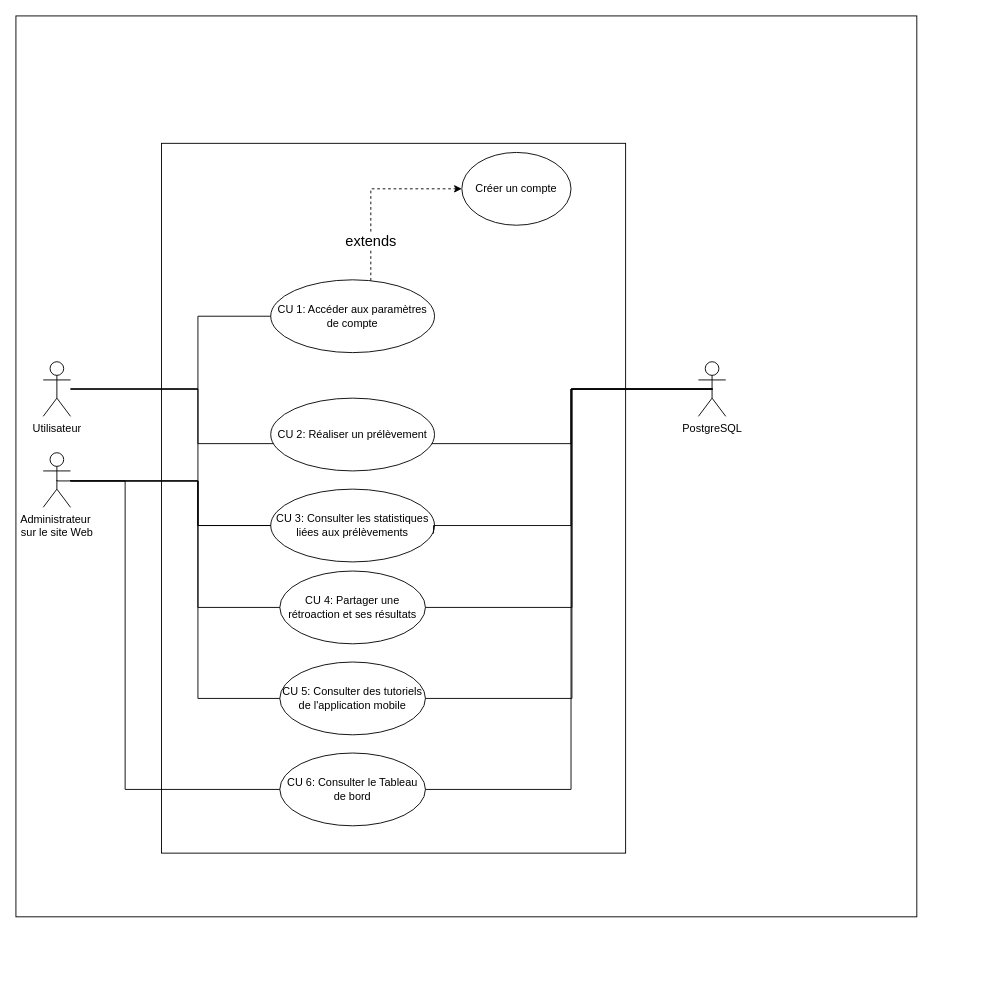
MurielleMardenli200/projet4_architecture keeps this draw.io diagram as 3.0_Cas_principaux.drawio. Above is the earlier version. Source tidied: cells renumbered, new cells numbered last; positions are measured from the earlier drawing's top-left corner, leaving out a move shared by most shapes. Both pictures are drawn from the tidied source at 91%, with x=0, y=0 at pixel (15, 15).
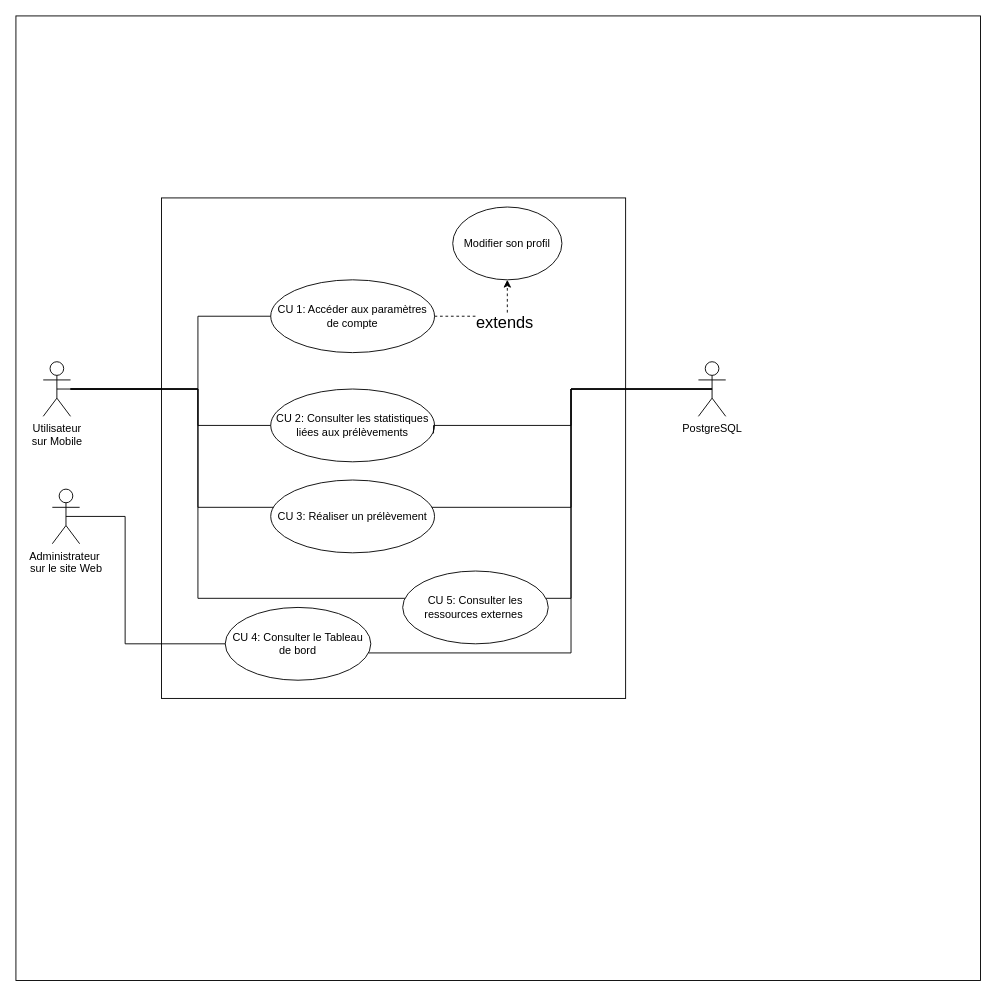
After the change.

Unchanged cells that the change refers to:
```xml
<mxCell id="5" value="PostgreSQL" style="shape=umlActor;verticalLabelPosition=bottom;verticalAlign=top;html=1;outlineConnect=0;" parent="1" vertex="1">
  <mxGeometry x="750" y="380" width="30" height="60" as="geometry" />
</mxCell>
<mxCell id="8" value="CU 1: Accéder aux paramètres de compte" style="ellipse;whiteSpace=wrap;html=1;" parent="1" vertex="1">
  <mxGeometry x="280" y="290" width="180" height="80" as="geometry" />
</mxCell>
```

What changed in the source:
```diff
@@
     <mxCell id="2" style="whiteSpace=wrap;html=1;" parent="1" vertex="1">
-      <mxGeometry width="990" height="990" as="geometry" />
+      <mxGeometry width="1060" height="1060" as="geometry" />
     </mxCell>
+    <mxCell id="28" style="edgeStyle=orthogonalEdgeStyle;rounded=0;jettySize=auto;html=1;entryX=0;entryY=0.5;entryDx=0;entryDy=0;" parent="1" edge="1" source="3" target="22">
+      <mxGeometry relative="1" as="geometry">
+        <Array as="points">
+          <mxPoint x="200" y="410" />
+          <mxPoint x="200" y="650" />
+        </Array>
+      </mxGeometry>
+    </mxCell>
-    <mxCell id="3" value="Utilisateur" style="shape=umlActor;verticalLabelPosition=bottom;verticalAlign=top;html=1;outlineConnect=0;" parent="1" vertex="1">
+    <mxCell id="3" value="Utilisateur&lt;br&gt;sur Mobile" style="shape=umlActor;verticalLabelPosition=bottom;verticalAlign=top;html=1;outlineConnect=0;" parent="1" vertex="1">
       <mxGeometry x="30" y="380" width="30" height="60" as="geometry" />
     </mxCell>
     <mxCell id="4" style="rounded=0;whiteSpace=wrap;html=1;" parent="1" vertex="1">
-      <mxGeometry x="160" y="140" width="510" height="780" as="geometry" />
+      <mxGeometry x="160" y="200" width="510" height="550" as="geometry" />
     </mxCell>
@@
-    <mxCell id="6" style="edgeStyle=orthogonalEdgeStyle;rounded=0;jettySize=auto;html=1;dashed=1;" parent="1" edge="1" source="8" target="11">
-      <mxGeometry relative="1" as="geometry">
-        <Array as="points">
-          <mxPoint x="390" y="190" />
-        </Array>
-      </mxGeometry>
-    </mxCell>
+    <mxCell id="29" style="edgeStyle=orthogonalEdgeStyle;rounded=0;jettySize=auto;html=1;entryX=0.5;entryY=1;entryDx=0;entryDy=0;dashed=1;" parent="1" edge="1" source="8" target="30">
+      <mxGeometry relative="1" as="geometry" />
+    </mxCell>
-    <mxCell id="7" value="&lt;font style=&quot;font-size: 16px;&quot;&gt;extends&lt;/font&gt;" style="edgeLabel;html=1;align=center;verticalAlign=middle;" parent="6" vertex="1">
-      <mxGeometry x="-0.55" y="1" relative="1" as="geometry" />
+    <mxCell id="7" value="&lt;font style=&quot;font-size: 18px;&quot;&gt;extends&lt;/font&gt;" style="edgeLabel;html=1;align=center;verticalAlign=middle;" parent="29" vertex="1">
+      <mxGeometry x="0.26" y="-5" relative="1" as="geometry">
+        <mxPoint y="1" as="offset" />
+      </mxGeometry>
     </mxCell>
@@
-    <mxCell id="9" value="CU 2: Réaliser un prélèvement" style="ellipse;whiteSpace=wrap;html=1;" parent="1" vertex="1">
-      <mxGeometry x="280" y="420" width="180" height="80" as="geometry" />
+    <mxCell id="9" value="CU 3: Réaliser un prélèvement" style="ellipse;whiteSpace=wrap;html=1;" parent="1" vertex="1">
+      <mxGeometry x="280" y="510" width="180" height="80" as="geometry" />
     </mxCell>
-    <mxCell id="10" value="CU 3: Consulter les statistiques liées aux prélèvements" style="ellipse;whiteSpace=wrap;html=1;" parent="1" vertex="1">
-      <mxGeometry x="280" y="520" width="180" height="80" as="geometry" />
+    <mxCell id="10" value="CU 2: Consulter les statistiques liées aux prélèvements" style="ellipse;whiteSpace=wrap;html=1;" parent="1" vertex="1">
+      <mxGeometry x="280" y="410" width="180" height="80" as="geometry" />
     </mxCell>
-    <mxCell id="11" value="Créer un compte" style="ellipse;whiteSpace=wrap;html=1;" parent="1" vertex="1">
-      <mxGeometry x="490" y="150" width="120" height="80" as="geometry" />
-    </mxCell>
@@
     <mxCell id="13" style="edgeStyle=orthogonalEdgeStyle;rounded=0;jettySize=auto;html=1;endArrow=none;startFill=0;" parent="1" edge="1" source="3" target="9">
       <mxGeometry relative="1" as="geometry">
         <Array as="points">
           <mxPoint x="200" y="410" />
-          <mxPoint x="200" y="470" />
+          <mxPoint x="200" y="540" />
         </Array>
       </mxGeometry>
     </mxCell>
     <mxCell id="14" style="edgeStyle=orthogonalEdgeStyle;rounded=0;jettySize=auto;html=1;entryX=0;entryY=0.5;entryDx=0;entryDy=0;endArrow=none;startFill=0;" parent="1" edge="1" source="3" target="10">
       <mxGeometry relative="1" as="geometry">
         <Array as="points">
           <mxPoint x="200" y="410" />
-          <mxPoint x="200" y="560" />
+          <mxPoint x="200" y="450" />
         </Array>
       </mxGeometry>
     </mxCell>
     <mxCell id="15" style="edgeStyle=orthogonalEdgeStyle;rounded=0;jettySize=auto;html=1;entryX=0.5;entryY=0.5;entryDx=0;entryDy=0;entryPerimeter=0;endArrow=none;startFill=0;" parent="1" edge="1" source="9" target="5">
       <mxGeometry relative="1" as="geometry">
         <Array as="points">
-          <mxPoint x="610" y="470" />
+          <mxPoint x="610" y="540" />
           <mxPoint x="610" y="410" />
         </Array>
       </mxGeometry>
     </mxCell>
     <mxCell id="16" style="edgeStyle=orthogonalEdgeStyle;rounded=0;jettySize=auto;html=1;entryX=0.5;entryY=0.5;entryDx=0;entryDy=0;entryPerimeter=0;endArrow=none;startFill=0;exitX=0.994;exitY=0.61;exitDx=0;exitDy=0;exitPerimeter=0;" parent="1" edge="1" source="10" target="5">
       <mxGeometry relative="1" as="geometry">
         <Array as="points">
-          <mxPoint x="459" y="560" />
-          <mxPoint x="610" y="560" />
+          <mxPoint x="459" y="450" />
+          <mxPoint x="610" y="450" />
           <mxPoint x="610" y="410" />
         </Array>
       </mxGeometry>
     </mxCell>
-    <mxCell id="17" value="CU 6: Consulter le Tableau de bord" style="ellipse;whiteSpace=wrap;html=1;" parent="1" vertex="1">
-      <mxGeometry x="290" y="810" width="160" height="80" as="geometry" />
+    <mxCell id="17" value="CU 4: Consulter le Tableau de bord" style="ellipse;whiteSpace=wrap;html=1;" parent="1" vertex="1">
+      <mxGeometry x="230" y="650" width="160" height="80" as="geometry" />
     </mxCell>
     <mxCell id="18" value="Administrateur&amp;nbsp;&lt;br&gt;sur le site Web" style="shape=umlActor;verticalLabelPosition=bottom;verticalAlign=top;html=1;outlineConnect=0;" parent="1" vertex="1">
-      <mxGeometry x="30" y="480" width="30" height="60" as="geometry" />
+      <mxGeometry x="40" y="520" width="30" height="60" as="geometry" />
     </mxCell>
     <mxCell id="19" style="edgeStyle=orthogonalEdgeStyle;rounded=0;jettySize=auto;html=1;entryX=0;entryY=0.5;entryDx=0;entryDy=0;endArrow=none;startFill=0;exitX=0.5;exitY=0.5;exitDx=0;exitDy=0;exitPerimeter=0;" parent="1" edge="1" source="18" target="17">
       <mxGeometry relative="1" as="geometry">
         <Array as="points">
-          <mxPoint x="120" y="511" />
-          <mxPoint x="120" y="850" />
+          <mxPoint x="120" y="550" />
+          <mxPoint x="120" y="690" />
         </Array>
       </mxGeometry>
     </mxCell>
-    <mxCell id="20" style="edgeStyle=orthogonalEdgeStyle;rounded=0;jettySize=auto;html=1;endArrow=none;startFill=0;exitX=0.5;exitY=0.5;exitDx=0;exitDy=0;exitPerimeter=0;entryX=0;entryY=0.5;entryDx=0;entryDy=0;" parent="1" edge="1" target="10">
-      <mxGeometry relative="1" as="geometry">
-        <mxPoint x="60" y="510" as="sourcePoint" />
-        <Array as="points">
-          <mxPoint x="60" y="511" />
-          <mxPoint x="200" y="511" />
-          <mxPoint x="200" y="560" />
-        </Array>
-      </mxGeometry>
-    </mxCell>
-    <mxCell id="21" style="edgeStyle=orthogonalEdgeStyle;rounded=0;jettySize=auto;html=1;entryX=0.5;entryY=0.5;entryDx=0;entryDy=0;entryPerimeter=0;endArrow=none;startFill=0;" parent="1" edge="1" source="17">
-      <mxGeometry relative="1" as="geometry">
-        <mxPoint x="765" y="410" as="targetPoint" />
-        <Array as="points">
-          <mxPoint x="610" y="850" />
-          <mxPoint x="610" y="410" />
-        </Array>
-      </mxGeometry>
-    </mxCell>
+    <mxCell id="30" value="Modifier son profil" style="ellipse;whiteSpace=wrap;html=1;" parent="1" vertex="1">
+      <mxGeometry x="480" y="210" width="120" height="80" as="geometry" />
+    </mxCell>
+    <mxCell id="31" style="edgeStyle=orthogonalEdgeStyle;rounded=0;jettySize=auto;html=1;entryX=0.5;entryY=0.5;entryDx=0;entryDy=0;entryPerimeter=0;endArrow=none;startFill=0;" parent="1" edge="1" source="22" target="3">
+      <mxGeometry relative="1" as="geometry">
+        <Array as="points">
+          <mxPoint x="480" y="640" />
+          <mxPoint x="200" y="640" />
+          <mxPoint x="200" y="410" />
+        </Array>
+      </mxGeometry>
+    </mxCell>
+    <mxCell id="32" style="edgeStyle=orthogonalEdgeStyle;rounded=0;jettySize=auto;html=1;entryX=0.5;entryY=0.5;entryDx=0;entryDy=0;entryPerimeter=0;endArrow=none;startFill=0;" parent="1" edge="1" source="22" target="5">
+      <mxGeometry relative="1" as="geometry">
+        <Array as="points">
+          <mxPoint x="480" y="640" />
+          <mxPoint x="610" y="640" />
+          <mxPoint x="610" y="410" />
+        </Array>
+      </mxGeometry>
+    </mxCell>
+    <mxCell id="33" style="edgeStyle=orthogonalEdgeStyle;rounded=0;jettySize=auto;html=1;entryX=0.5;entryY=0.5;entryDx=0;entryDy=0;entryPerimeter=0;endArrow=none;startFill=0;" parent="1" edge="1" source="17" target="5">
+      <mxGeometry relative="1" as="geometry">
+        <Array as="points">
+          <mxPoint x="610" y="700" />
+          <mxPoint x="610" y="410" />
+        </Array>
+      </mxGeometry>
+    </mxCell>
-    <mxCell id="22" value="CU 4: Partager une rétroaction et ses résultats" style="ellipse;whiteSpace=wrap;html=1;" parent="1" vertex="1">
-      <mxGeometry x="290" y="610" width="160" height="80" as="geometry" />
+    <mxCell id="22" value="CU 5: Consulter les ressources externes&amp;nbsp;" style="ellipse;whiteSpace=wrap;html=1;" parent="1" vertex="1">
+      <mxGeometry x="425" y="610" width="160" height="80" as="geometry" />
     </mxCell>
-    <mxCell id="23" style="edgeStyle=orthogonalEdgeStyle;rounded=0;jettySize=auto;html=1;endArrow=none;startFill=0;exitX=0.5;exitY=0.5;exitDx=0;exitDy=0;exitPerimeter=0;entryX=0;entryY=0.5;entryDx=0;entryDy=0;" parent="1" edge="1" target="22">
-      <mxGeometry relative="1" as="geometry">
-        <mxPoint x="60" y="510" as="sourcePoint" />
-        <Array as="points">
-          <mxPoint x="60" y="511" />
-          <mxPoint x="200" y="511" />
-          <mxPoint x="200" y="650" />
-        </Array>
-      </mxGeometry>
-    </mxCell>
-    <mxCell id="24" style="edgeStyle=orthogonalEdgeStyle;rounded=0;jettySize=auto;html=1;entryX=0.5;entryY=0.5;entryDx=0;entryDy=0;entryPerimeter=0;endArrow=none;startFill=0;exitX=1;exitY=0.5;exitDx=0;exitDy=0;" parent="1" edge="1" source="22">
-      <mxGeometry relative="1" as="geometry">
-        <mxPoint x="766" y="410" as="targetPoint" />
-        <Array as="points">
-          <mxPoint x="611" y="650" />
-          <mxPoint x="611" y="410" />
-        </Array>
-      </mxGeometry>
-    </mxCell>
-    <mxCell id="25" value="CU 5: Consulter des tutoriels de l'application mobile" style="ellipse;whiteSpace=wrap;html=1;" parent="1" vertex="1">
-      <mxGeometry x="290" y="710" width="160" height="80" as="geometry" />
-    </mxCell>
-    <mxCell id="26" style="edgeStyle=orthogonalEdgeStyle;rounded=0;jettySize=auto;html=1;endArrow=none;startFill=0;exitX=0.5;exitY=0.5;exitDx=0;exitDy=0;exitPerimeter=0;" parent="1" edge="1" target="25">
-      <mxGeometry relative="1" as="geometry">
-        <mxPoint x="60" y="510" as="sourcePoint" />
-        <Array as="points">
-          <mxPoint x="60" y="511" />
-          <mxPoint x="200" y="511" />
-          <mxPoint x="200" y="750" />
-        </Array>
-      </mxGeometry>
-    </mxCell>
-    <mxCell id="27" style="edgeStyle=orthogonalEdgeStyle;rounded=0;jettySize=auto;html=1;entryX=0.5;entryY=0.5;entryDx=0;entryDy=0;entryPerimeter=0;endArrow=none;startFill=0;" parent="1" edge="1" source="25">
-      <mxGeometry relative="1" as="geometry">
-        <mxPoint x="766" y="410" as="targetPoint" />
-        <Array as="points">
-          <mxPoint x="611" y="750" />
-          <mxPoint x="611" y="410" />
-        </Array>
-      </mxGeometry>
-    </mxCell>
```
